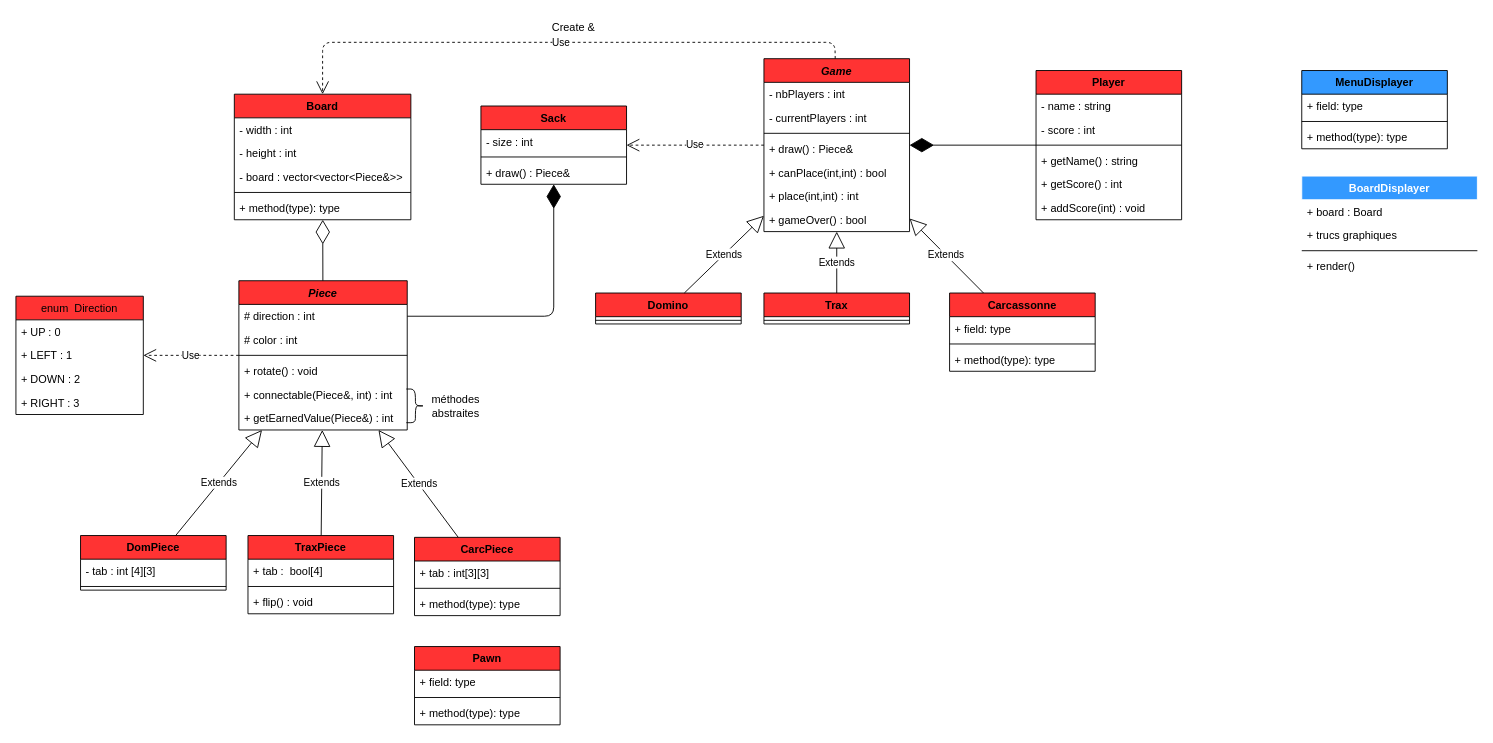
Yoanouille/DTC keeps this draw.io diagram as diagram.drawio. Above is the earlier version. Source tidied: cells renumbered, new cells numbered last; positions are measured from the earlier drawing's top-left corner, leaving out a move shared by most shapes. Both pictures are drawn from the tidied source at 91%, with x=0, y=0 at pixel (15, 15).
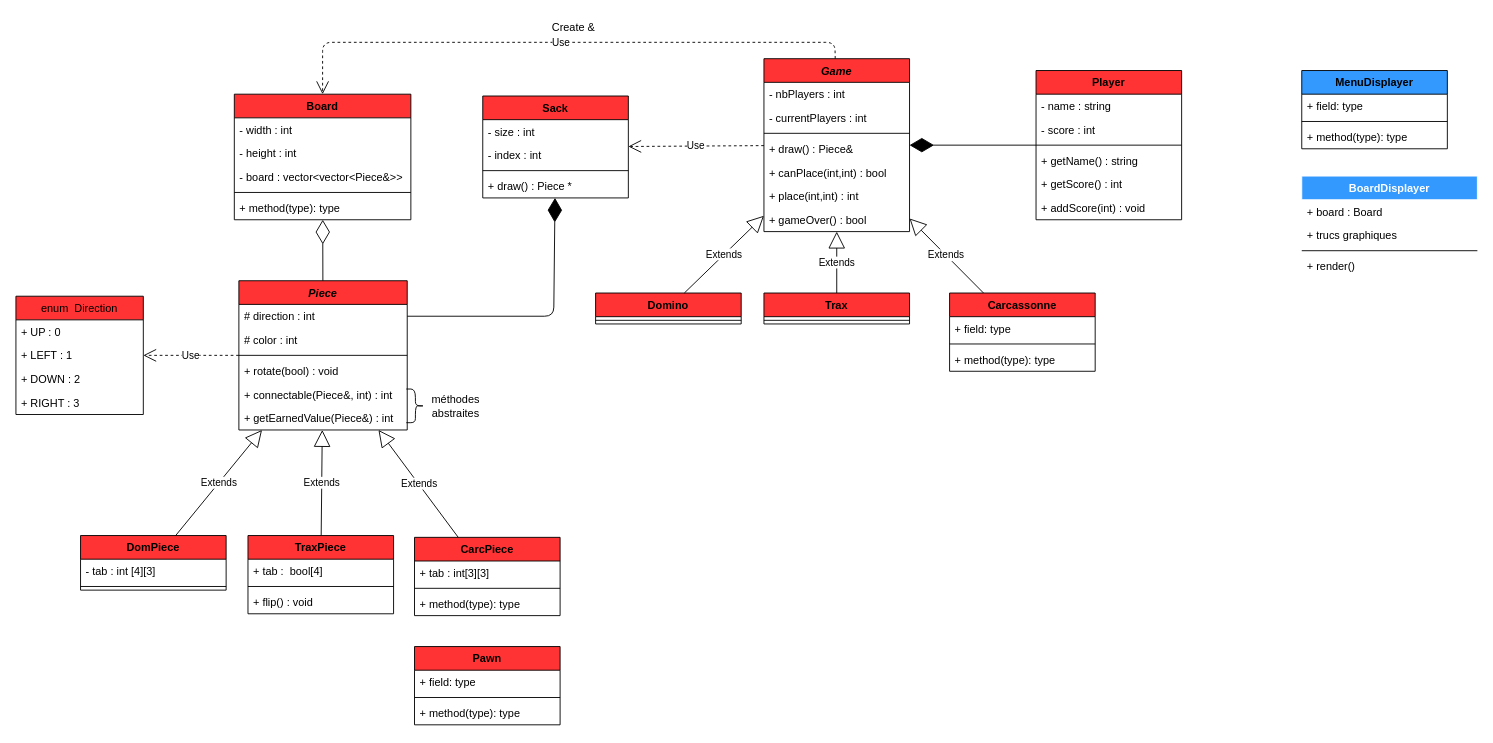
The same diagram, later.

The change refers to these unchanged cells:
```xml
<mxCell id="5" value="Piece" style="swimlane;fontStyle=3;align=center;verticalAlign=top;horizontal=1;startSize=26;fillColor=#FF3333;" parent="1" vertex="1">
  <mxGeometry x="245" y="291" width="185" height="164" as="geometry" />
</mxCell>
```

Change to the diagram source:
```diff
@@
-    <mxCell id="9" value="+ rotate() : void" style="text;strokeColor=none;fillColor=none;align=left;verticalAlign=top;spacingLeft=4;spacingRight=4;overflow=hidden;" parent="5" vertex="1">
+    <mxCell id="9" value="+ rotate(bool) : void" style="text;strokeColor=none;fillColor=none;align=left;verticalAlign=top;spacingLeft=4;spacingRight=4;overflow=hidden;" parent="5" vertex="1">
       <mxGeometry y="86" width="185" height="26" as="geometry" />
     </mxCell>
@@
     <mxCell id="69" value="Sack" style="swimlane;fontStyle=1;align=center;verticalAlign=top;horizontal=1;startSize=26;fillColor=#FF3333;" parent="1" vertex="1">
-      <mxGeometry x="511" y="99" width="160" height="86" as="geometry" />
+      <mxGeometry x="513" y="88" width="160" height="112" as="geometry" />
     </mxCell>
@@
+    <mxCell id="86" value="- index : int" style="text;strokeColor=none;fillColor=none;align=left;verticalAlign=top;spacingLeft=4;spacingRight=4;overflow=hidden;" parent="69" vertex="1">
+      <mxGeometry y="52" width="160" height="26" as="geometry" />
+    </mxCell>
     <mxCell id="71" style="line;strokeWidth=1;fillColor=none;align=left;verticalAlign=middle;spacingTop=-1;spacingLeft=3;spacingRight=3;labelPosition=right;" parent="69" vertex="1">
-      <mxGeometry y="52" width="160" height="8" as="geometry" />
+      <mxGeometry y="78" width="160" height="8" as="geometry" />
     </mxCell>
-    <mxCell id="72" value="+ draw() : Piece&amp; " style="text;strokeColor=none;fillColor=none;align=left;verticalAlign=top;spacingLeft=4;spacingRight=4;overflow=hidden;" parent="69" vertex="1">
-      <mxGeometry y="60" width="160" height="26" as="geometry" />
+    <mxCell id="72" value="+ draw() : Piece *" style="text;strokeColor=none;fillColor=none;align=left;verticalAlign=top;spacingLeft=4;spacingRight=4;overflow=hidden;" parent="69" vertex="1">
+      <mxGeometry y="86" width="160" height="26" as="geometry" />
     </mxCell>
```
